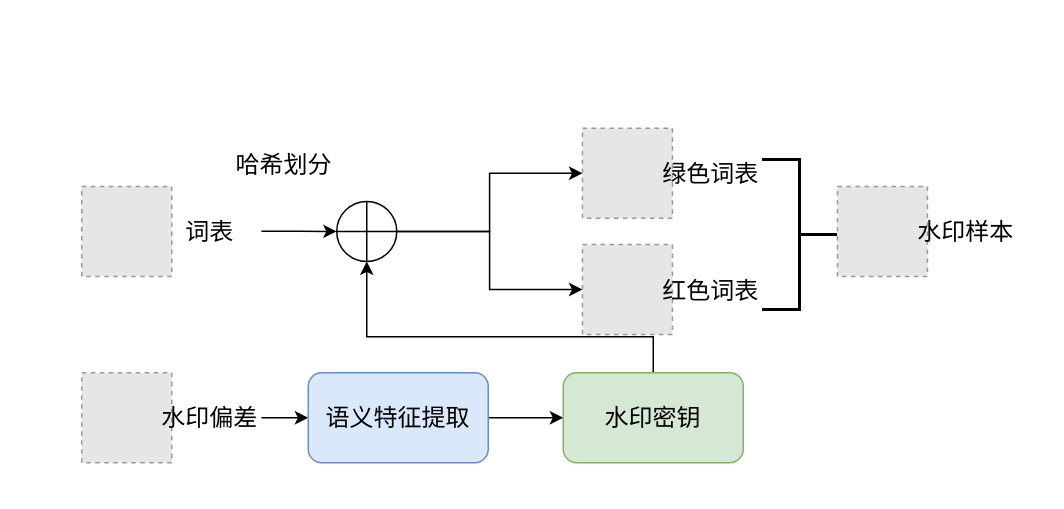
Before: Maps/d5.drawio in Icathian-Rain/process_maps, a draw.io diagram. Source tidied: cells renumbered, new cells numbered last; positions are measured from the earlier drawing's top-left corner, leaving out a move shared by most shapes. Both pictures are drawn from the tidied source at 150%, with x=0, y=0 at pixel (81, 128). Pictures stored in the file or linked from it are replaced by grey dashed boxes.
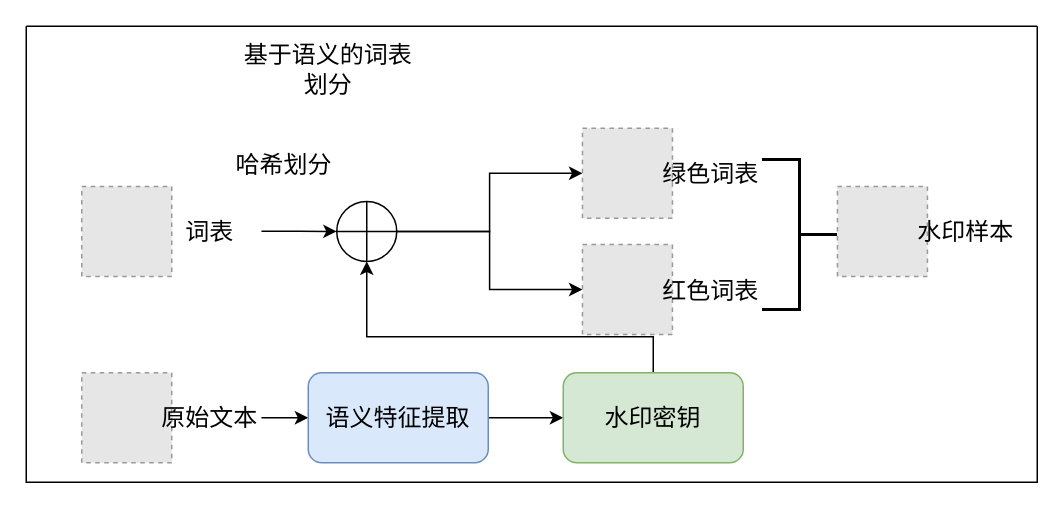
After the change.

What changed in the source:
```diff
@@
-    <mxCell id="4" value="水印偏差" style="text;html=1;align=center;verticalAlign=middle;whiteSpace=wrap;rounded=0;fontSize=16;strokeWidth=2;" parent="1" vertex="1">
+    <mxCell id="4" value="原始文本" style="text;html=1;align=center;verticalAlign=middle;whiteSpace=wrap;rounded=0;fontSize=16;strokeWidth=2;" parent="1" vertex="1">
       <mxGeometry x="51" y="170.5" width="68.8" height="45" as="geometry" />
     </mxCell>
@@
+    <mxCell id="23" style="swimlane;startSize=0;fontSize=16;" parent="1" vertex="1">
+      <mxGeometry x="-37" y="-68" width="674" height="304" as="geometry" />
+    </mxCell>
+    <mxCell id="24" value="基于语义的词表划分" style="text;html=1;align=center;verticalAlign=middle;whiteSpace=wrap;rounded=0;fontSize=16;" parent="23" vertex="1">
+      <mxGeometry x="142" y="14" width="119" height="30" as="geometry" />
+    </mxCell>
```
